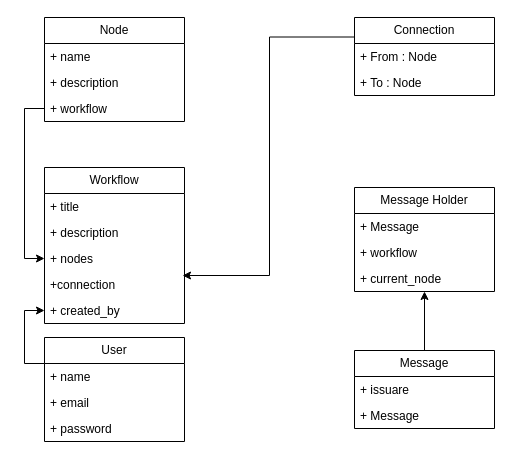
This is diagrams/Classes.drawio from hasanforaty/FlexFlowAPI, a draw.io file, before an edit. Source tidied: cells renumbered, new cells numbered last; positions are measured from the earlier drawing's top-left corner, leaving out a move shared by most shapes. Both pictures are drawn from the tidied source at 100%, with x=0, y=0 at pixel (44, 17).
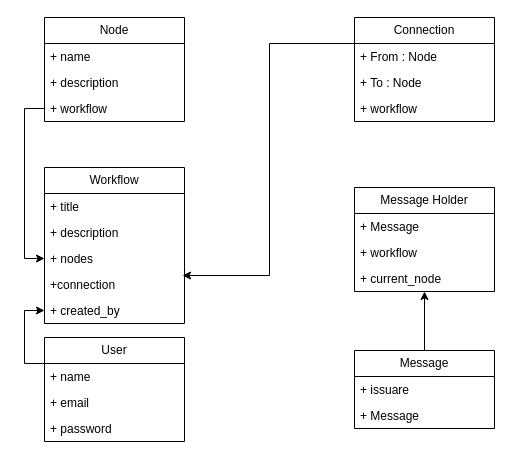
Above is the later version.

The edit, as a diff of the source:
```diff
@@
     <mxCell id="6" value="Connection" style="swimlane;fontStyle=0;horizontal=1;startSize=26;fillColor=none;whiteSpace=wrap;html=1;" parent="1" vertex="1">
-      <mxGeometry x="310" width="140" height="78" as="geometry" />
+      <mxGeometry x="310" width="140" height="104" as="geometry" />
     </mxCell>
@@
+    <mxCell id="30" value="+ workflow" style="text;strokeColor=none;fillColor=none;align=left;verticalAlign=top;spacingLeft=4;spacingRight=4;overflow=hidden;whiteSpace=wrap;html=1;" parent="6" vertex="1">
+      <mxGeometry y="78" width="140" height="26" as="geometry" />
+    </mxCell>
```
